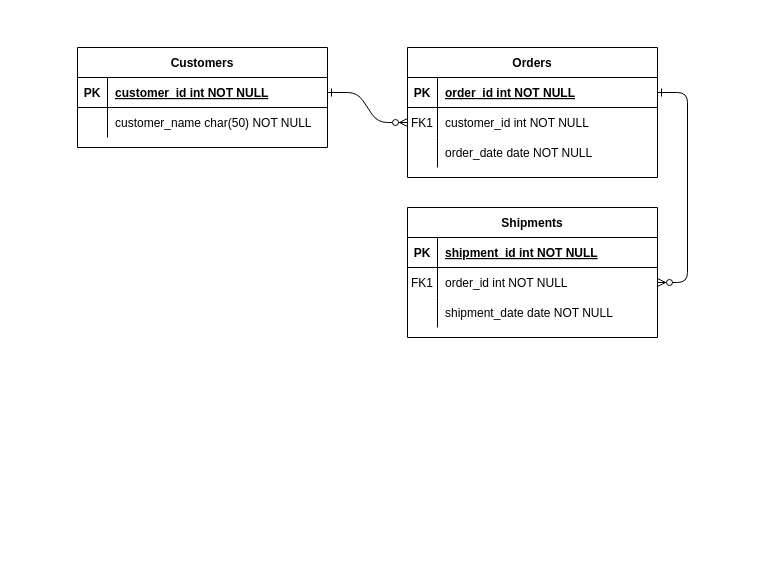
Before: Untitled Diagram.drawio in amefad/documentation, a draw.io diagram. Source tidied: cells renumbered, new cells numbered last; positions are measured from the earlier drawing's top-left corner, leaving out a move shared by most shapes. Both pictures are drawn from the tidied source at 100%, with x=0, y=0 at pixel (77, 47).
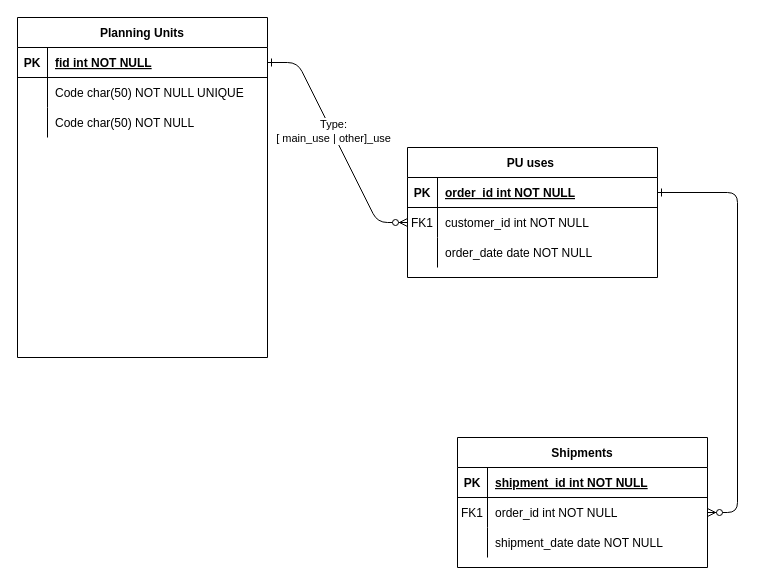
The same page after the edit.

Commit message:
start design

The change refers to these unchanged cells:
```xml
<mxCell id="2" style="edgeStyle=entityRelationEdgeStyle;endArrow=ERzeroToMany;startArrow=ERone;endFill=1;startFill=0;" parent="1" edge="1" source="25" target="8">
  <mxGeometry relative="1" as="geometry" />
</mxCell>
<mxCell id="25" style="shape=partialRectangle;fillColor=none;points=[[0,0.5],[1,0.5]];portConstraint=eastwest;top=0;left=0;right=0;bottom=1;" parent="24" vertex="1">
  <mxGeometry y="30" width="250" height="30" as="geometry" />
</mxCell>
<mxCell id="28" style="shape=partialRectangle;fillColor=none;top=0;left=0;right=0;bottom=0;" parent="24" vertex="1">
  <mxGeometry y="60" width="250" height="30" as="geometry" />
</mxCell>
```

The edit, as a diff of the source:
```diff
@@
+    <mxCell id="31" value="Type:&lt;br&gt;[ main_use | other]_use" style="edgeLabel;html=1;align=center;verticalAlign=middle;" parent="2" vertex="1">
+      <mxGeometry x="-0.1" y="1" relative="1" as="geometry" />
+    </mxCell>
@@
-    <mxCell id="4" value="Orders" style="shape=table;startSize=30;childLayout=tableLayout;rowLines=0;fontStyle=1;align=center;" parent="1" vertex="1">
-      <mxGeometry x="330" width="250" height="130" as="geometry" />
+    <mxCell id="4" value="PU uses " style="shape=table;startSize=30;childLayout=tableLayout;rowLines=0;fontStyle=1;align=center;" parent="1" vertex="1">
+      <mxGeometry x="330" y="100" width="250" height="130" as="geometry" />
     </mxCell>
@@
     <mxCell id="14" value="Shipments" style="shape=table;startSize=30;childLayout=tableLayout;rowLines=0;fontStyle=1;align=center;" parent="1" vertex="1">
-      <mxGeometry x="330" y="160" width="250" height="130" as="geometry" />
+      <mxGeometry x="380" y="390" width="250" height="130" as="geometry" />
     </mxCell>
@@
-    <mxCell id="24" value="Customers" style="shape=table;startSize=30;childLayout=tableLayout;rowLines=0;fontStyle=1;align=center;" parent="1" vertex="1">
-      <mxGeometry width="250" height="100" as="geometry" />
+    <mxCell id="24" value="Planning Units" style="shape=table;startSize=30;childLayout=tableLayout;rowLines=0;fontStyle=1;align=center;" parent="1" vertex="1">
+      <mxGeometry x="-60" y="-30" width="250" height="340" as="geometry" />
     </mxCell>
@@
-    <mxCell id="27" value="customer_id int NOT NULL " style="shape=partialRectangle;overflow=hidden;fillColor=none;top=0;left=0;bottom=0;right=0;align=left;spacingLeft=6;fontStyle=5;" parent="25" vertex="1">
+    <mxCell id="27" value="fid int NOT NULL " style="shape=partialRectangle;overflow=hidden;fillColor=none;top=0;left=0;bottom=0;right=0;align=left;spacingLeft=6;fontStyle=5;" parent="25" vertex="1">
       <mxGeometry x="30" width="220" height="30" as="geometry" />
     </mxCell>
@@
-    <mxCell id="30" value="customer_name char(50) NOT NULL" style="shape=partialRectangle;overflow=hidden;fillColor=none;top=0;left=0;bottom=0;right=0;align=left;spacingLeft=6;" parent="28" vertex="1">
+    <mxCell id="30" value="Code char(50) NOT NULL UNIQUE" style="shape=partialRectangle;overflow=hidden;fillColor=none;top=0;left=0;bottom=0;right=0;align=left;spacingLeft=6;" parent="28" vertex="1">
       <mxGeometry x="30" width="220" height="30" as="geometry" />
     </mxCell>
+    <mxCell id="32" style="shape=partialRectangle;fillColor=none;top=0;left=0;right=0;bottom=0;" parent="24" vertex="1">
+      <mxGeometry y="90" width="250" height="30" as="geometry" />
+    </mxCell>
+    <mxCell id="33" style="shape=partialRectangle;overflow=hidden;fillColor=none;top=0;left=0;bottom=0;right=0;" parent="32" vertex="1">
+      <mxGeometry width="30" height="30" as="geometry" />
+    </mxCell>
+    <mxCell id="34" value="Code char(50) NOT NULL" style="shape=partialRectangle;overflow=hidden;fillColor=none;top=0;left=0;bottom=0;right=0;align=left;spacingLeft=6;" parent="32" vertex="1">
+      <mxGeometry x="30" width="220" height="30" as="geometry" />
+    </mxCell>
```
